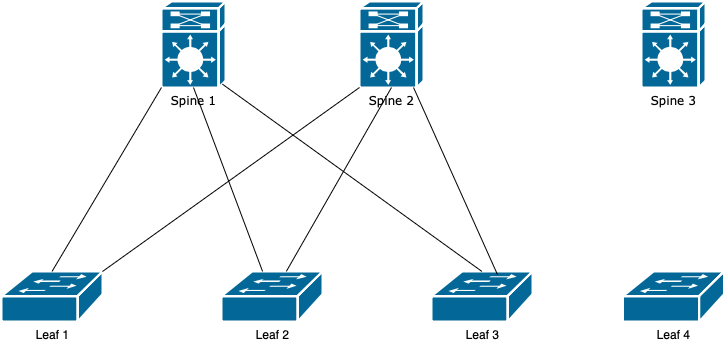
parashu-rama/parashu-rama keeps this draw.io diagram as HW1/hw1.drawio.png. Above is the earlier version. Source tidied: cells renumbered, new cells last; positions are measured from the earlier drawing's top-left corner, leaving out a move shared by most shapes. Source of this version:
```xml
<mxGraphModel>
  <root>
    <mxCell id="0" />
    <mxCell id="1" parent="0" />
    <mxCell id="2" value="Spine 1" style="shape=mxgraph.cisco.misc.route_switch_processor;html=1;dashed=0;fillColor=#036897;strokeColor=#ffffff;strokeWidth=2;verticalLabelPosition=bottom;verticalAlign=top;rounded=0;shadow=0;comic=0;fontFamily=Verdana;fontSize=12;" parent="1" vertex="1">
      <mxGeometry x="160" width="64" height="86" as="geometry" />
    </mxCell>
    <mxCell id="3" value="Spine 2" style="shape=mxgraph.cisco.misc.route_switch_processor;html=1;dashed=0;fillColor=#036897;strokeColor=#ffffff;strokeWidth=2;verticalLabelPosition=bottom;verticalAlign=top;rounded=0;shadow=0;comic=0;fontFamily=Verdana;fontSize=12;" parent="1" vertex="1">
      <mxGeometry x="358" width="64" height="86" as="geometry" />
    </mxCell>
    <mxCell id="4" value="Spine 3" style="shape=mxgraph.cisco.misc.route_switch_processor;html=1;dashed=0;fillColor=#036897;strokeColor=#ffffff;strokeWidth=2;verticalLabelPosition=bottom;verticalAlign=top;rounded=0;shadow=0;comic=0;fontFamily=Verdana;fontSize=12;" parent="1" vertex="1">
      <mxGeometry x="640" width="64" height="86" as="geometry" />
    </mxCell>
    <mxCell id="5" value="Leaf 1" style="shape=mxgraph.cisco.switches.workgroup_switch;sketch=0;html=1;dashed=0;fillColor=#036897;strokeColor=#ffffff;strokeWidth=2;verticalLabelPosition=bottom;verticalAlign=top;align=center;outlineConnect=0;" parent="1" vertex="1">
      <mxGeometry y="270" width="101" height="50" as="geometry" />
    </mxCell>
    <mxCell id="6" value="Leaf 2" style="shape=mxgraph.cisco.switches.workgroup_switch;sketch=0;html=1;dashed=0;fillColor=#036897;strokeColor=#ffffff;strokeWidth=2;verticalLabelPosition=bottom;verticalAlign=top;align=center;outlineConnect=0;" parent="1" vertex="1">
      <mxGeometry x="220" y="270" width="101" height="50" as="geometry" />
    </mxCell>
    <mxCell id="7" value="Leaf 3" style="shape=mxgraph.cisco.switches.workgroup_switch;sketch=0;html=1;dashed=0;fillColor=#036897;strokeColor=#ffffff;strokeWidth=2;verticalLabelPosition=bottom;verticalAlign=top;align=center;outlineConnect=0;" parent="1" vertex="1">
      <mxGeometry x="430" y="270" width="101" height="50" as="geometry" />
    </mxCell>
    <mxCell id="8" value="Leaf 4" style="shape=mxgraph.cisco.switches.workgroup_switch;sketch=0;html=1;dashed=0;fillColor=#036897;strokeColor=#ffffff;strokeWidth=2;verticalLabelPosition=bottom;verticalAlign=top;align=center;outlineConnect=0;" parent="1" vertex="1">
      <mxGeometry x="621.5" y="270" width="101" height="50" as="geometry" />
    </mxCell>
    <mxCell id="9" style="endArrow=none;html=1;rounded=0;entryX=0;entryY=1;entryDx=0;entryDy=0;entryPerimeter=0;exitX=0.5;exitY=0;exitDx=0;exitDy=0;exitPerimeter=0;" parent="1" edge="1" source="5" target="2">
      <mxGeometry relative="1" as="geometry" />
    </mxCell>
    <mxCell id="10" style="endArrow=none;html=1;rounded=0;entryX=0.5;entryY=1;entryDx=0;entryDy=0;entryPerimeter=0;" parent="1" edge="1" source="6" target="3">
      <mxGeometry relative="1" as="geometry" />
    </mxCell>
    <mxCell id="11" style="endArrow=none;html=1;rounded=0;entryX=0.5;entryY=1;entryDx=0;entryDy=0;entryPerimeter=0;" parent="1" edge="1" source="6" target="2">
      <mxGeometry relative="1" as="geometry" />
    </mxCell>
    <mxCell id="12" style="endArrow=none;html=1;rounded=0;entryX=0.95;entryY=0.96;entryDx=0;entryDy=0;entryPerimeter=0;exitX=0.5;exitY=0;exitDx=0;exitDy=0;exitPerimeter=0;" parent="1" edge="1" source="7" target="2">
      <mxGeometry relative="1" as="geometry" />
    </mxCell>
    <mxCell id="13" style="endArrow=none;html=1;rounded=0;entryX=0.844;entryY=1;entryDx=0;entryDy=0;entryPerimeter=0;exitX=0.653;exitY=0.06;exitDx=0;exitDy=0;exitPerimeter=0;" parent="1" edge="1" source="7" target="3">
      <mxGeometry relative="1" as="geometry" />
    </mxCell>
    <mxCell id="14" style="endArrow=none;html=1;rounded=0;entryX=0;entryY=1;entryDx=0;entryDy=0;entryPerimeter=0;exitX=1;exitY=0;exitDx=0;exitDy=0;exitPerimeter=0;" parent="1" edge="1" source="5" target="3">
      <mxGeometry relative="1" as="geometry" />
    </mxCell>
  </root>
</mxGraphModel>
```
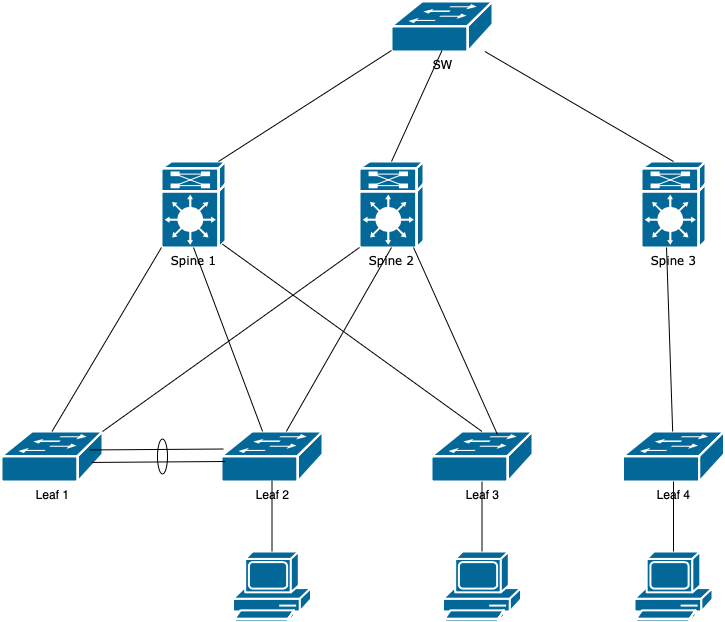
Later version of the same file.

What changed in the source:
```diff
@@ -41,5 +41,53 @@
     <mxCell id="14" style="endArrow=none;html=1;rounded=0;entryX=0;entryY=1;entryDx=0;entryDy=0;entryPerimeter=0;exitX=1;exitY=0;exitDx=0;exitDy=0;exitPerimeter=0;" parent="1" edge="1" source="5" target="3">
       <mxGeometry relative="1" as="geometry" />
     </mxCell>
+    <mxCell id="15" style="endArrow=none;html=1;rounded=0;entryX=0.391;entryY=1;entryDx=0;entryDy=0;entryPerimeter=0;" parent="1" edge="1" source="8" target="4">
+      <mxGeometry relative="1" as="geometry" />
+    </mxCell>
+    <mxCell id="16" value="SW" style="shape=mxgraph.cisco.switches.workgroup_switch;sketch=0;html=1;dashed=0;fillColor=#036897;strokeColor=#ffffff;strokeWidth=2;verticalLabelPosition=bottom;verticalAlign=top;align=center;outlineConnect=0;" parent="1" vertex="1">
+      <mxGeometry x="390" y="-160" width="101" height="50" as="geometry" />
+    </mxCell>
+    <mxCell id="17" style="endArrow=none;html=1;rounded=0;exitX=0.5;exitY=0;exitDx=0;exitDy=0;exitPerimeter=0;" parent="1" edge="1" source="4" target="16">
+      <mxGeometry relative="1" as="geometry" />
+    </mxCell>
+    <mxCell id="18" style="endArrow=none;html=1;rounded=0;exitX=0.5;exitY=0;exitDx=0;exitDy=0;exitPerimeter=0;entryX=0.5;entryY=0.98;entryDx=0;entryDy=0;entryPerimeter=0;" parent="1" edge="1" source="3" target="16">
+      <mxGeometry relative="1" as="geometry" />
+    </mxCell>
+    <mxCell id="19" style="endArrow=none;html=1;rounded=0;exitX=0.891;exitY=0;exitDx=0;exitDy=0;exitPerimeter=0;entryX=0;entryY=0.98;entryDx=0;entryDy=0;entryPerimeter=0;" parent="1" edge="1" source="2" target="16">
+      <mxGeometry relative="1" as="geometry" />
+    </mxCell>
+    <mxCell id="20" style="endArrow=none;html=1;rounded=0;exitX=-0.031;exitY=0.349;exitDx=0;exitDy=0;exitPerimeter=0;entryX=0.969;entryY=0.36;entryDx=0;entryDy=0;entryPerimeter=0;" parent="1" edge="1">
+      <mxGeometry relative="1" as="geometry">
+        <mxPoint x="222" y="287.5" as="sourcePoint" />
+        <mxPoint x="88" y="288.5" as="targetPoint" />
+      </mxGeometry>
+    </mxCell>
+    <mxCell id="21" style="endArrow=none;html=1;rounded=0;exitX=-0.031;exitY=0.349;exitDx=0;exitDy=0;exitPerimeter=0;entryX=0.969;entryY=0.36;entryDx=0;entryDy=0;entryPerimeter=0;" parent="1" edge="1">
+      <mxGeometry relative="1" as="geometry">
+        <mxPoint x="224" y="300" as="sourcePoint" />
+        <mxPoint x="90" y="301" as="targetPoint" />
+      </mxGeometry>
+    </mxCell>
+    <mxCell id="22" style="ellipse;whiteSpace=wrap;html=1;fillColor=none;" parent="1" vertex="1">
+      <mxGeometry x="156" y="277.5" width="10" height="35" as="geometry" />
+    </mxCell>
+    <mxCell id="23" style="shape=mxgraph.cisco.computers_and_peripherals.pc;sketch=0;html=1;dashed=0;fillColor=#036897;strokeColor=#ffffff;strokeWidth=2;verticalLabelPosition=bottom;verticalAlign=top;align=center;outlineConnect=0;" parent="1" vertex="1">
+      <mxGeometry x="231.5" y="390" width="78" height="70" as="geometry" />
+    </mxCell>
+    <mxCell id="24" style="shape=mxgraph.cisco.computers_and_peripherals.pc;sketch=0;html=1;dashed=0;fillColor=#036897;strokeColor=#ffffff;strokeWidth=2;verticalLabelPosition=bottom;verticalAlign=top;align=center;outlineConnect=0;" parent="1" vertex="1">
+      <mxGeometry x="633" y="390" width="78" height="70" as="geometry" />
+    </mxCell>
+    <mxCell id="25" style="shape=mxgraph.cisco.computers_and_peripherals.pc;sketch=0;html=1;dashed=0;fillColor=#036897;strokeColor=#ffffff;strokeWidth=2;verticalLabelPosition=bottom;verticalAlign=top;align=center;outlineConnect=0;" parent="1" vertex="1">
+      <mxGeometry x="441.5" y="390" width="78" height="70" as="geometry" />
+    </mxCell>
+    <mxCell id="26" style="endArrow=none;html=1;rounded=0;entryX=0.5;entryY=0.98;entryDx=0;entryDy=0;entryPerimeter=0;" parent="1" edge="1" source="23" target="6">
+      <mxGeometry relative="1" as="geometry" />
+    </mxCell>
+    <mxCell id="27" style="endArrow=none;html=1;rounded=0;" parent="1" edge="1" source="25" target="7">
+      <mxGeometry relative="1" as="geometry" />
+    </mxCell>
+    <mxCell id="28" style="endArrow=none;html=1;rounded=0;" parent="1" edge="1" source="24" target="8">
+      <mxGeometry relative="1" as="geometry" />
+    </mxCell>
   </root>
 </mxGraphModel>
```
